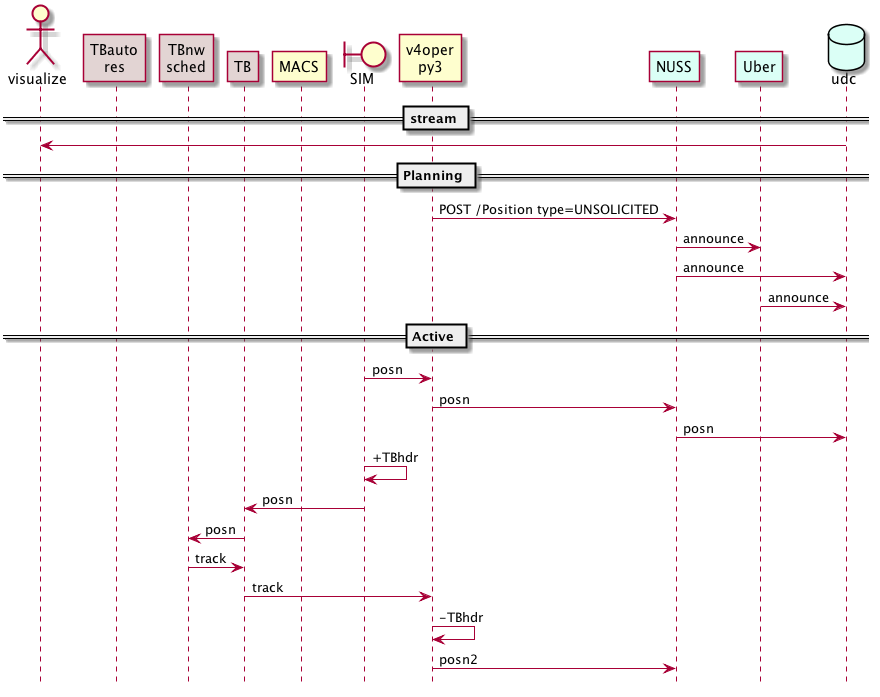
issmith1/particle-physics keeps this PlantUML diagram as uam/uam1.png. Above is the earlier version.
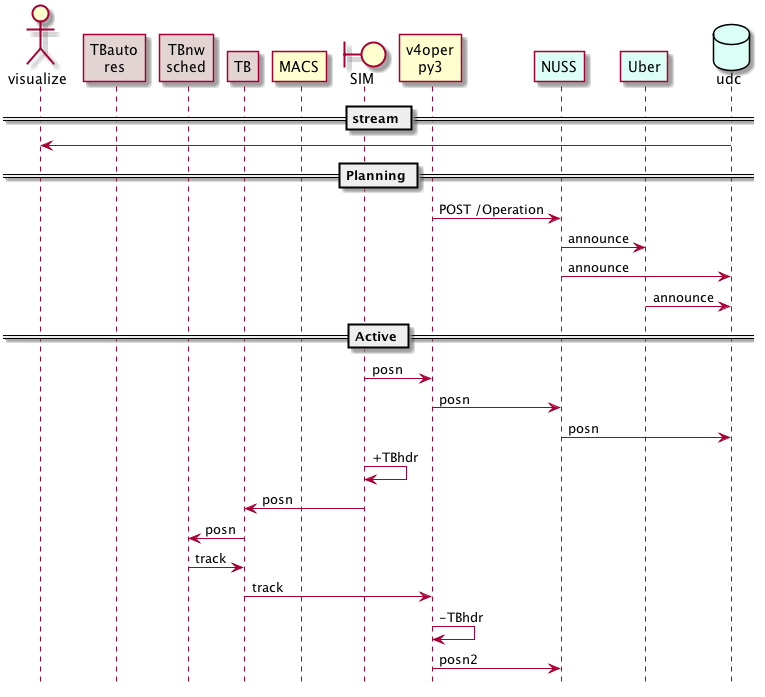
The same file after the commit.

Commit message:
upd post op

The edit, as a diff of the source:
```diff
@@ -11,7 +11,7 @@
 boundary "SIM" as SIM
 
 participant "v4oper\npy3" as v4tool
-participant "NUSS" as nuss2  #dbfff6
+participant "NUSS" as nuss  #dbfff6
 participant "Uber" as uber #dbfff6
 database "udc" as udc #dbfff6
 
@@ -20,22 +20,22 @@
 
 == Planning ==
 
-v4tool -> nuss2: POST /Position type=UNSOLICITED
-nuss2 -> uber: announce
-nuss2 -> udc: announce
+v4tool -> nuss: POST /Operation
+nuss -> uber: announce
+nuss -> udc: announce
 uber -> udc: announce
 
 == Active ==
 SIM -> v4tool: posn
-v4tool -> nuss2: posn
-nuss2 -> udc: posn
+v4tool -> nuss: posn
+nuss -> udc: posn
 SIM -> SIM: +TBhdr
 SIM -> TB: posn
 TB -> nwsched: posn
 nwsched -> TB: track
 TB -> v4tool: track
 v4tool -> v4tool: -TBhdr
-v4tool -> nuss2: posn2
+v4tool -> nuss: posn2
 
 
 @enduml
```
